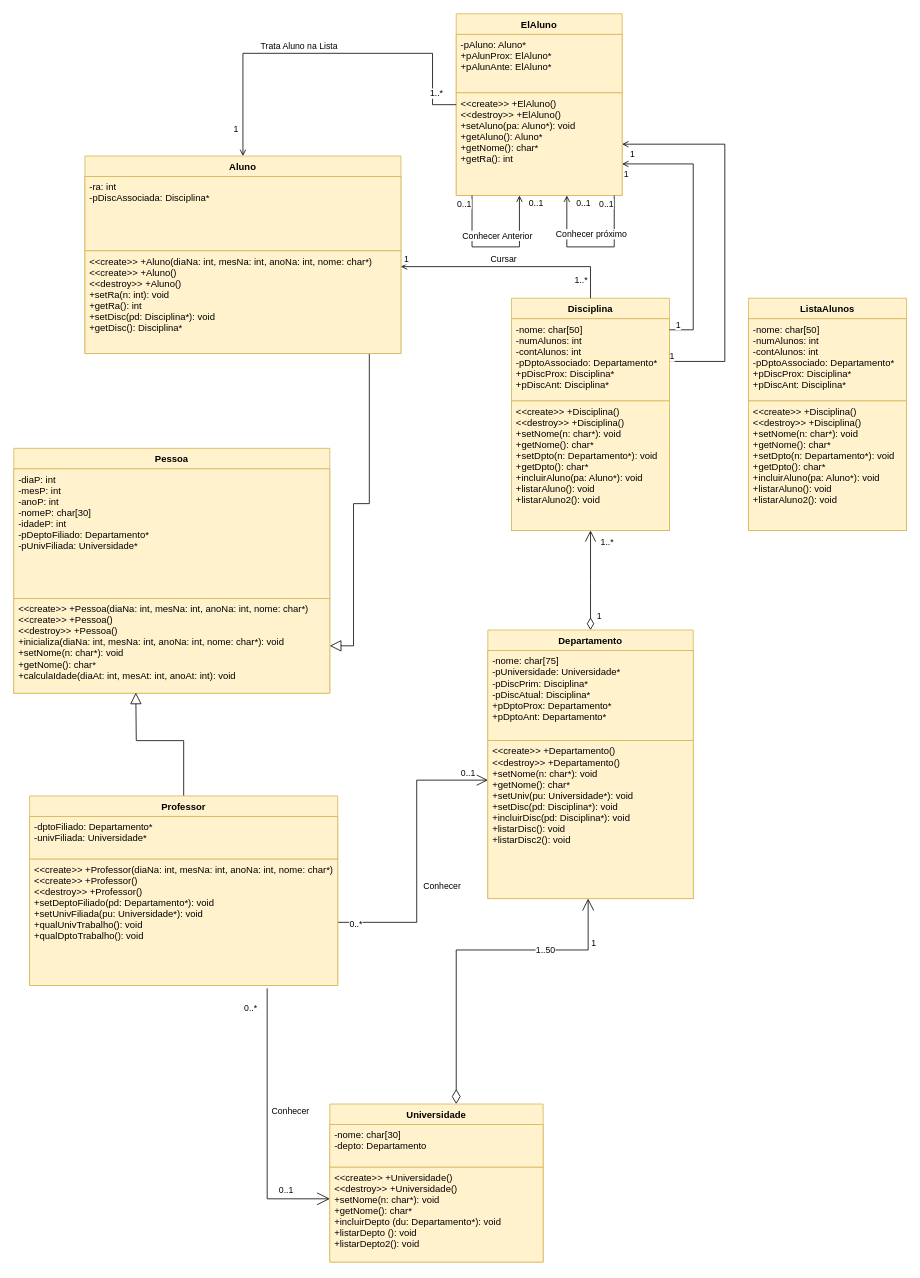
daniapc/tecprog-sistema-academico keeps this draw.io diagram as uml/sistema_academico.drawio. Above is the earlier version. Source tidied: cells renumbered, new cells numbered last; positions are measured from the earlier drawing's top-left corner, leaving out a move shared by most shapes. Both pictures are drawn from the tidied source at 79%, with x=0, y=0 at pixel (13, 13).
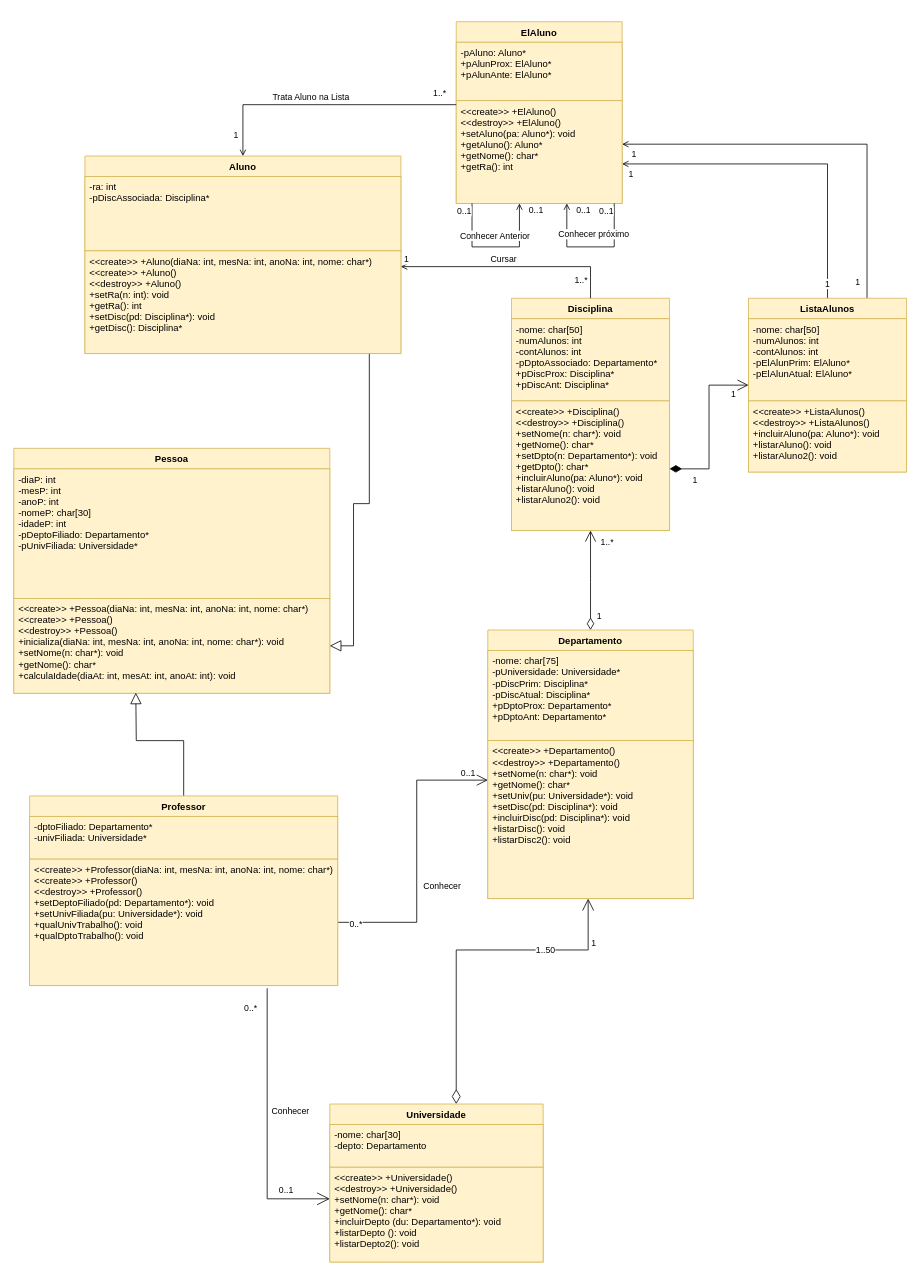
The same page after the edit.

Unchanged cells that the change refers to:
```xml
<mxCell id="33" value="Aluno" style="swimlane;fontStyle=1;align=center;verticalAlign=top;horizontal=1;startSize=26;rounded=0;fillColor=#fff2cc;strokeColor=#d6b656;" parent="1" vertex="1">
  <mxGeometry x="90" y="180" width="400" height="250" as="geometry" />
</mxCell>
<mxCell id="36" value="Disciplina" style="swimlane;fontStyle=1;align=center;verticalAlign=top;horizontal=1;startSize=26;rounded=0;fillColor=#fff2cc;strokeColor=#d6b656;" parent="1" vertex="1">
  <mxGeometry x="630" y="360" width="200" height="294" as="geometry" />
</mxCell>
<mxCell id="41" value="&lt;&lt;create&gt;&gt; +ElAluno()&#10;&lt;&lt;destroy&gt;&gt; +ElAluno()&#10;+setAluno(pa: Aluno*): void&#10;+getAluno(): Aluno*&#10;+getNome(): char*&#10;+getRa(): int" style="text;strokeColor=#d6b656;fillColor=#fff2cc;align=left;verticalAlign=top;spacingLeft=4;spacingRight=4;overflow=hidden;points=[[0,0.5],[1,0.5]];portConstraint=eastwest;" parent="39" vertex="1">
  <mxGeometry y="100" width="210" height="130" as="geometry" />
</mxCell>
```

Change to the diagram source:
```diff
@@
-    <mxCell id="30" style="edgeStyle=orthogonalEdgeStyle;rounded=0;jettySize=auto;html=1;endArrow=none;endFill=0;startArrow=open;startFill=0;" parent="1" edge="1" source="41" target="36">
+    <mxCell id="30" style="edgeStyle=orthogonalEdgeStyle;rounded=0;jettySize=auto;html=1;endArrow=none;endFill=0;startArrow=open;startFill=0;" parent="1" edge="1" source="41" target="61">
       <mxGeometry relative="1" as="geometry">
         <Array as="points">
-          <mxPoint x="900" y="165" />
-          <mxPoint x="900" y="440" />
+          <mxPoint x="1080" y="165" />
         </Array>
       </mxGeometry>
     </mxCell>
@@
     <mxCell id="39" value="ElAluno" style="swimlane;fontStyle=1;align=center;verticalAlign=top;horizontal=1;startSize=26;rounded=0;fillColor=#fff2cc;strokeColor=#d6b656;" parent="1" vertex="1">
-      <mxGeometry x="560" width="210" height="230" as="geometry" />
+      <mxGeometry x="560" y="10" width="210" height="230" as="geometry" />
     </mxCell>
@@
-    <mxCell id="42" style="edgeStyle=orthogonalEdgeStyle;rounded=0;jettySize=auto;html=1;endArrow=none;endFill=0;startArrow=open;startFill=0;" parent="1" edge="1" source="41" target="36">
+    <mxCell id="42" style="edgeStyle=orthogonalEdgeStyle;rounded=0;jettySize=auto;html=1;endArrow=none;endFill=0;startArrow=open;startFill=0;" parent="1" edge="1" source="41" target="61">
       <mxGeometry relative="1" as="geometry">
         <Array as="points">
-          <mxPoint x="860" y="190" />
-          <mxPoint x="860" y="400" />
+          <mxPoint x="1030" y="190" />
         </Array>
       </mxGeometry>
     </mxCell>
@@
     <mxCell id="49" style="edgeStyle=orthogonalEdgeStyle;rounded=0;jettySize=auto;html=1;endArrow=none;endFill=0;startArrow=open;startFill=0;" parent="1" edge="1" source="33" target="39">
       <mxGeometry relative="1" as="geometry">
         <Array as="points">
-          <mxPoint x="290" y="50" />
-          <mxPoint x="530" y="50" />
-          <mxPoint x="530" y="115" />
+          <mxPoint x="290" y="115" />
         </Array>
       </mxGeometry>
     </mxCell>
@@
     <mxCell id="61" value="ListaAlunos" style="swimlane;fontStyle=1;align=center;verticalAlign=top;horizontal=1;startSize=26;rounded=0;fillColor=#fff2cc;strokeColor=#d6b656;" parent="1" vertex="1">
-      <mxGeometry x="930" y="360" width="200" height="294" as="geometry" />
+      <mxGeometry x="930" y="360" width="200" height="220" as="geometry" />
     </mxCell>
-    <mxCell id="62" value="-nome: char[50]&#10;-numAlunos: int&#10;-contAlunos: int&#10;-pDptoAssociado: Departamento*&#10;+pDiscProx: Disciplina*&#10;+pDiscAnt: Disciplina*" style="text;strokeColor=#d6b656;fillColor=#fff2cc;align=left;verticalAlign=top;spacingLeft=4;spacingRight=4;overflow=hidden;" parent="61" vertex="1">
+    <mxCell id="62" value="-nome: char[50]&#10;-numAlunos: int&#10;-contAlunos: int&#10;-pElAlunPrim: ElAluno*&#10;-pElAlunAtual: ElAluno*" style="text;strokeColor=#d6b656;fillColor=#fff2cc;align=left;verticalAlign=top;spacingLeft=4;spacingRight=4;overflow=hidden;" parent="61" vertex="1">
       <mxGeometry y="26" width="200" height="104" as="geometry" />
     </mxCell>
-    <mxCell id="63" value="&lt;&lt;create&gt;&gt; +Disciplina()&#10;&lt;&lt;destroy&gt;&gt; +Disciplina()&#10;+setNome(n: char*): void&#10;+getNome(): char*&#10;+setDpto(n: Departamento*): void&#10;+getDpto(): char*&#10;+incluirAluno(pa: Aluno*): void&#10;+listarAluno(): void&#10;+listarAluno2(): void" style="text;strokeColor=#d6b656;fillColor=#fff2cc;align=left;verticalAlign=top;spacingLeft=4;spacingRight=4;overflow=hidden;" parent="61" vertex="1">
-      <mxGeometry y="130" width="200" height="164" as="geometry" />
+    <mxCell id="63" value="&lt;&lt;create&gt;&gt; +ListaAlunos()&#10;&lt;&lt;destroy&gt;&gt; +ListaAlunos()&#10;+incluirAluno(pa: Aluno*): void&#10;+listarAluno(): void&#10;+listarAluno2(): void" style="text;strokeColor=#d6b656;fillColor=#fff2cc;align=left;verticalAlign=top;spacingLeft=4;spacingRight=4;overflow=hidden;" parent="61" vertex="1">
+      <mxGeometry y="130" width="200" height="90" as="geometry" />
     </mxCell>
+    <mxCell id="64" style="edgeStyle=orthogonalEdgeStyle;rounded=0;jettySize=auto;html=1;endSize=12;endArrow=open;endFill=0;startArrow=diamondThin;startFill=1;startSize=13;" parent="1" edge="1" source="36" target="61">
+      <mxGeometry relative="1" as="geometry">
+        <Array as="points">
+          <mxPoint x="880" y="576" />
+          <mxPoint x="880" y="470" />
+        </Array>
+      </mxGeometry>
+    </mxCell>
+    <mxCell id="65" value="1" style="edgeLabel;html=1;align=center;verticalAlign=middle;" parent="64" vertex="1">
+      <mxGeometry x="-0.71" y="1" relative="1" as="geometry">
+        <mxPoint x="1" y="15" as="offset" />
+      </mxGeometry>
+    </mxCell>
+    <mxCell id="66" value="1" style="edgeLabel;html=1;align=center;verticalAlign=middle;" parent="64" vertex="1">
+      <mxGeometry x="0.77" y="-1" relative="1" as="geometry">
+        <mxPoint x="4" y="9" as="offset" />
+      </mxGeometry>
+    </mxCell>
```
